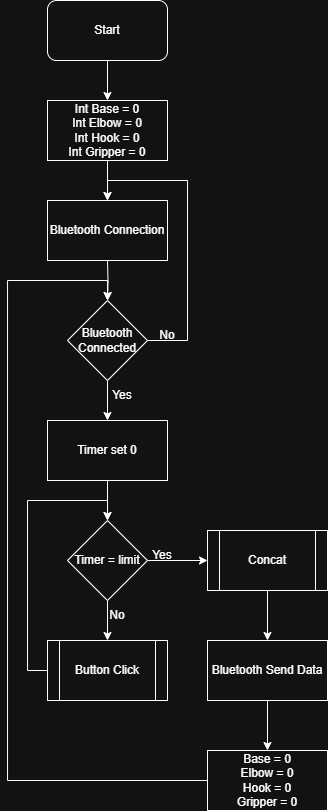
The draw.io diagram Flowchart/Flowchart App-Main.drawio.png in EkaSugiarto/Tubes_embedded_system_K1, before a commit. Source tidied: cells renumbered, new cells last; positions are measured from the earlier drawing's top-left corner, leaving out a move shared by most shapes. Source of this version:
```xml
<mxGraphModel>
  <root>
    <mxCell id="0" />
    <mxCell id="1" parent="0" />
    <mxCell id="2" style="edgeStyle=orthogonalEdgeStyle;rounded=0;jettySize=auto;html=1;" parent="1" edge="1" source="3" target="5">
      <mxGeometry relative="1" as="geometry" />
    </mxCell>
    <mxCell id="3" value="Start" style="rounded=1;whiteSpace=wrap;html=1;" parent="1" vertex="1">
      <mxGeometry x="40" width="120" height="60" as="geometry" />
    </mxCell>
    <mxCell id="4" style="edgeStyle=orthogonalEdgeStyle;rounded=0;jettySize=auto;html=1;" parent="1" edge="1" source="5" target="27">
      <mxGeometry relative="1" as="geometry" />
    </mxCell>
    <mxCell id="5" value="Int Base = 0&lt;div&gt;Int Elbow = 0&lt;/div&gt;&lt;div&gt;Int Hook = 0&lt;/div&gt;&lt;div&gt;Int Gripper = 0&lt;/div&gt;" style="rounded=0;whiteSpace=wrap;html=1;" parent="1" vertex="1">
      <mxGeometry x="40" y="100" width="120" height="60" as="geometry" />
    </mxCell>
    <mxCell id="6" style="edgeStyle=orthogonalEdgeStyle;rounded=0;jettySize=auto;html=1;" parent="1" edge="1" target="9">
      <mxGeometry relative="1" as="geometry">
        <mxPoint x="100" y="260" as="sourcePoint" />
      </mxGeometry>
    </mxCell>
    <mxCell id="7" style="edgeStyle=orthogonalEdgeStyle;rounded=0;jettySize=auto;html=1;" parent="1" edge="1" source="9" target="11">
      <mxGeometry relative="1" as="geometry" />
    </mxCell>
    <mxCell id="8" style="edgeStyle=orthogonalEdgeStyle;rounded=0;jettySize=auto;html=1;entryX=0.5;entryY=0;entryDx=0;entryDy=0;" parent="1" edge="1" source="9">
      <mxGeometry relative="1" as="geometry">
        <mxPoint x="100" y="200" as="targetPoint" />
        <Array as="points">
          <mxPoint x="180" y="340" />
          <mxPoint x="180" y="180" />
          <mxPoint x="100" y="180" />
        </Array>
      </mxGeometry>
    </mxCell>
    <mxCell id="9" value="Bluetooth Connected" style="rhombus;whiteSpace=wrap;html=1;" parent="1" vertex="1">
      <mxGeometry x="60" y="300" width="80" height="80" as="geometry" />
    </mxCell>
    <mxCell id="10" style="edgeStyle=orthogonalEdgeStyle;rounded=0;jettySize=auto;html=1;" parent="1" edge="1" source="11" target="14">
      <mxGeometry relative="1" as="geometry" />
    </mxCell>
    <mxCell id="11" value="Timer set 0" style="rounded=0;whiteSpace=wrap;html=1;" parent="1" vertex="1">
      <mxGeometry x="40" y="420" width="120" height="60" as="geometry" />
    </mxCell>
    <mxCell id="12" style="edgeStyle=orthogonalEdgeStyle;rounded=0;jettySize=auto;html=1;" parent="1" edge="1" source="14" target="16">
      <mxGeometry relative="1" as="geometry" />
    </mxCell>
    <mxCell id="13" style="edgeStyle=orthogonalEdgeStyle;rounded=0;jettySize=auto;html=1;" parent="1" edge="1" source="14" target="18">
      <mxGeometry relative="1" as="geometry" />
    </mxCell>
    <mxCell id="14" value="Timer = limit" style="rhombus;whiteSpace=wrap;html=1;" parent="1" vertex="1">
      <mxGeometry x="60" y="520" width="80" height="80" as="geometry" />
    </mxCell>
    <mxCell id="15" style="edgeStyle=orthogonalEdgeStyle;rounded=0;jettySize=auto;html=1;exitX=0;exitY=0.5;exitDx=0;exitDy=0;entryX=0.5;entryY=0;entryDx=0;entryDy=0;" parent="1" edge="1" source="16" target="14">
      <mxGeometry relative="1" as="geometry">
        <Array as="points">
          <mxPoint x="20" y="670" />
          <mxPoint x="20" y="500" />
          <mxPoint x="100" y="500" />
        </Array>
      </mxGeometry>
    </mxCell>
    <mxCell id="16" value="Button Click" style="shape=process;whiteSpace=wrap;html=1;backgroundOutline=1;" parent="1" vertex="1">
      <mxGeometry x="40" y="640" width="120" height="60" as="geometry" />
    </mxCell>
    <mxCell id="17" style="edgeStyle=orthogonalEdgeStyle;rounded=0;jettySize=auto;html=1;" parent="1" edge="1" source="18" target="20">
      <mxGeometry relative="1" as="geometry" />
    </mxCell>
    <mxCell id="18" value="Concat" style="shape=process;whiteSpace=wrap;html=1;backgroundOutline=1;" parent="1" vertex="1">
      <mxGeometry x="200" y="530" width="120" height="60" as="geometry" />
    </mxCell>
    <mxCell id="19" style="edgeStyle=orthogonalEdgeStyle;rounded=0;jettySize=auto;html=1;" parent="1" edge="1" source="20" target="22">
      <mxGeometry relative="1" as="geometry" />
    </mxCell>
    <mxCell id="20" value="Bluetooth Send Data" style="rounded=0;whiteSpace=wrap;html=1;" parent="1" vertex="1">
      <mxGeometry x="200" y="640" width="120" height="60" as="geometry" />
    </mxCell>
    <mxCell id="21" style="edgeStyle=orthogonalEdgeStyle;rounded=0;jettySize=auto;html=1;entryX=0.5;entryY=0;entryDx=0;entryDy=0;" parent="1" edge="1" source="22" target="9">
      <mxGeometry relative="1" as="geometry">
        <Array as="points">
          <mxPoint y="780" />
          <mxPoint y="280" />
          <mxPoint x="100" y="280" />
        </Array>
      </mxGeometry>
    </mxCell>
    <mxCell id="22" value="Base = 0&lt;div&gt;Elbow = 0&lt;/div&gt;&lt;div&gt;Hook = 0&lt;/div&gt;&lt;div&gt;Gripper = 0&lt;/div&gt;" style="rounded=0;whiteSpace=wrap;html=1;" parent="1" vertex="1">
      <mxGeometry x="200" y="750" width="120" height="60" as="geometry" />
    </mxCell>
    <mxCell id="23" value="No" style="text;html=1;align=center;verticalAlign=middle;whiteSpace=wrap;rounded=0;" parent="1" vertex="1">
      <mxGeometry x="130" y="320" width="60" height="30" as="geometry" />
    </mxCell>
    <mxCell id="24" value="Yes" style="text;html=1;align=center;verticalAlign=middle;whiteSpace=wrap;rounded=0;" parent="1" vertex="1">
      <mxGeometry x="90" y="380" width="50" height="30" as="geometry" />
    </mxCell>
    <mxCell id="25" value="No" style="text;html=1;align=center;verticalAlign=middle;whiteSpace=wrap;rounded=0;" parent="1" vertex="1">
      <mxGeometry x="80" y="600" width="60" height="30" as="geometry" />
    </mxCell>
    <mxCell id="26" value="Yes" style="text;html=1;align=center;verticalAlign=middle;whiteSpace=wrap;rounded=0;" parent="1" vertex="1">
      <mxGeometry x="130" y="540" width="50" height="30" as="geometry" />
    </mxCell>
    <mxCell id="27" value="Bluetooth Connection" style="rounded=0;whiteSpace=wrap;html=1;" parent="1" vertex="1">
      <mxGeometry x="40" y="200" width="120" height="60" as="geometry" />
    </mxCell>
  </root>
</mxGraphModel>
```
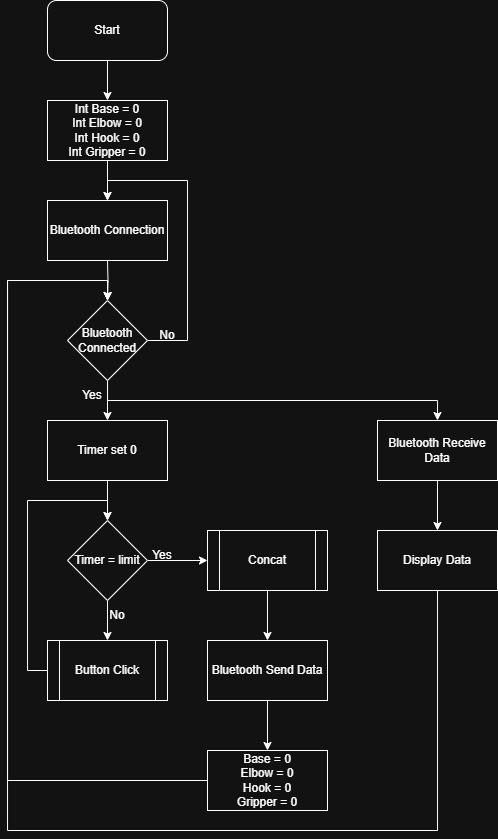
Above is the later version.

Diff of the diagram source:
```diff
@@ -32,6 +32,14 @@
         </Array>
       </mxGeometry>
     </mxCell>
+    <mxCell id="28" style="edgeStyle=orthogonalEdgeStyle;rounded=0;jettySize=auto;html=1;entryX=0.5;entryY=0;entryDx=0;entryDy=0;" parent="1" edge="1" source="9" target="30">
+      <mxGeometry relative="1" as="geometry">
+        <Array as="points">
+          <mxPoint x="100" y="400" />
+          <mxPoint x="430" y="400" />
+        </Array>
+      </mxGeometry>
+    </mxCell>
     <mxCell id="9" value="Bluetooth Connected" style="rhombus;whiteSpace=wrap;html=1;" parent="1" vertex="1">
       <mxGeometry x="60" y="300" width="80" height="80" as="geometry" />
     </mxCell>
@@ -90,7 +98,7 @@
       <mxGeometry x="130" y="320" width="60" height="30" as="geometry" />
     </mxCell>
     <mxCell id="24" value="Yes" style="text;html=1;align=center;verticalAlign=middle;whiteSpace=wrap;rounded=0;" parent="1" vertex="1">
-      <mxGeometry x="90" y="380" width="50" height="30" as="geometry" />
+      <mxGeometry x="60" y="380" width="50" height="30" as="geometry" />
     </mxCell>
     <mxCell id="25" value="No" style="text;html=1;align=center;verticalAlign=middle;whiteSpace=wrap;rounded=0;" parent="1" vertex="1">
       <mxGeometry x="80" y="600" width="60" height="30" as="geometry" />
@@ -101,5 +109,24 @@
     <mxCell id="27" value="Bluetooth Connection" style="rounded=0;whiteSpace=wrap;html=1;" parent="1" vertex="1">
       <mxGeometry x="40" y="200" width="120" height="60" as="geometry" />
     </mxCell>
+    <mxCell id="29" style="edgeStyle=orthogonalEdgeStyle;rounded=0;jettySize=auto;html=1;" parent="1" edge="1" source="30" target="32">
+      <mxGeometry relative="1" as="geometry" />
+    </mxCell>
+    <mxCell id="30" value="Bluetooth Receive Data" style="rounded=0;whiteSpace=wrap;html=1;" parent="1" vertex="1">
+      <mxGeometry x="370" y="420" width="120" height="60" as="geometry" />
+    </mxCell>
+    <mxCell id="31" style="edgeStyle=orthogonalEdgeStyle;rounded=0;jettySize=auto;html=1;entryX=0.5;entryY=0;entryDx=0;entryDy=0;" parent="1" edge="1" source="32" target="9">
+      <mxGeometry relative="1" as="geometry">
+        <Array as="points">
+          <mxPoint x="430" y="830" />
+          <mxPoint y="830" />
+          <mxPoint y="280" />
+          <mxPoint x="100" y="280" />
+        </Array>
+      </mxGeometry>
+    </mxCell>
+    <mxCell id="32" value="Display Data" style="rounded=0;whiteSpace=wrap;html=1;" parent="1" vertex="1">
+      <mxGeometry x="370" y="530" width="120" height="60" as="geometry" />
+    </mxCell>
   </root>
 </mxGraphModel>
```
